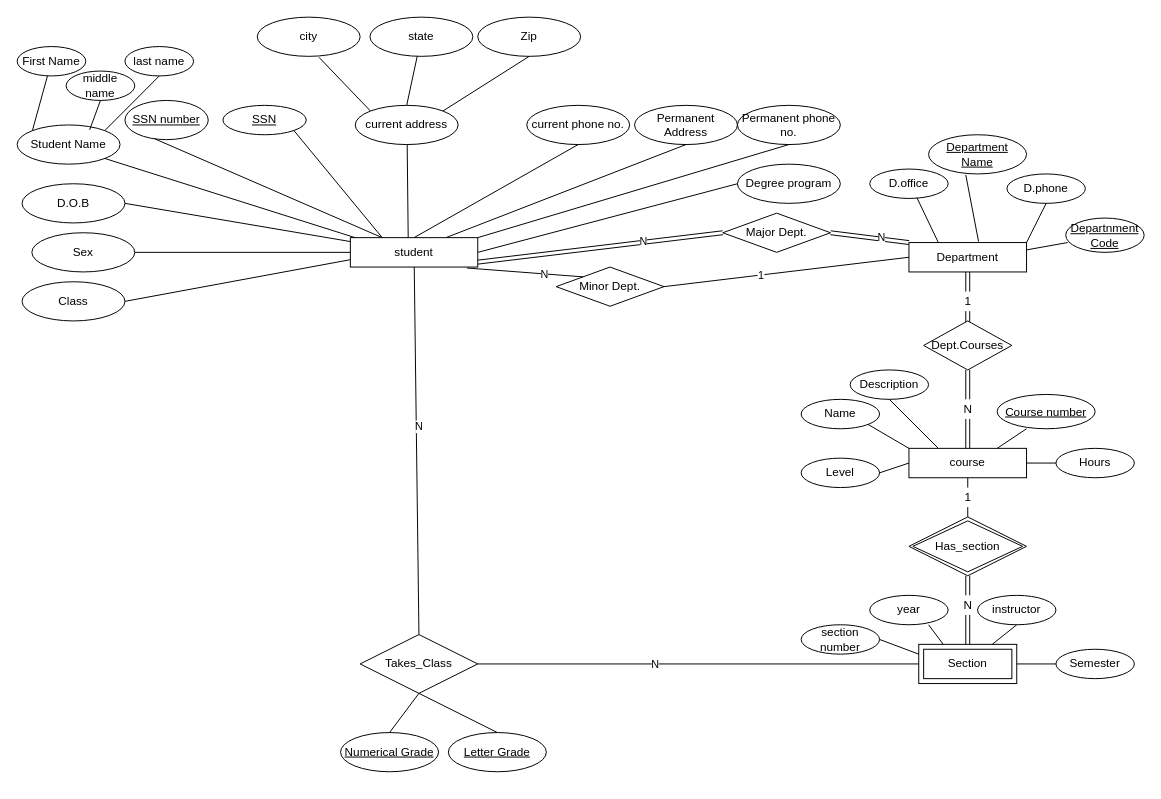
The draw.io diagram Untitled Diagram.drawio in sreehari-odu/DatabaseManagement, before the edit. Source tidied: cells renumbered, new cells numbered last; positions are measured from the earlier drawing's top-left corner, leaving out a move shared by most shapes. Both pictures are drawn from the tidied source at 98%, with x=0, y=0 at pixel (17, 17).
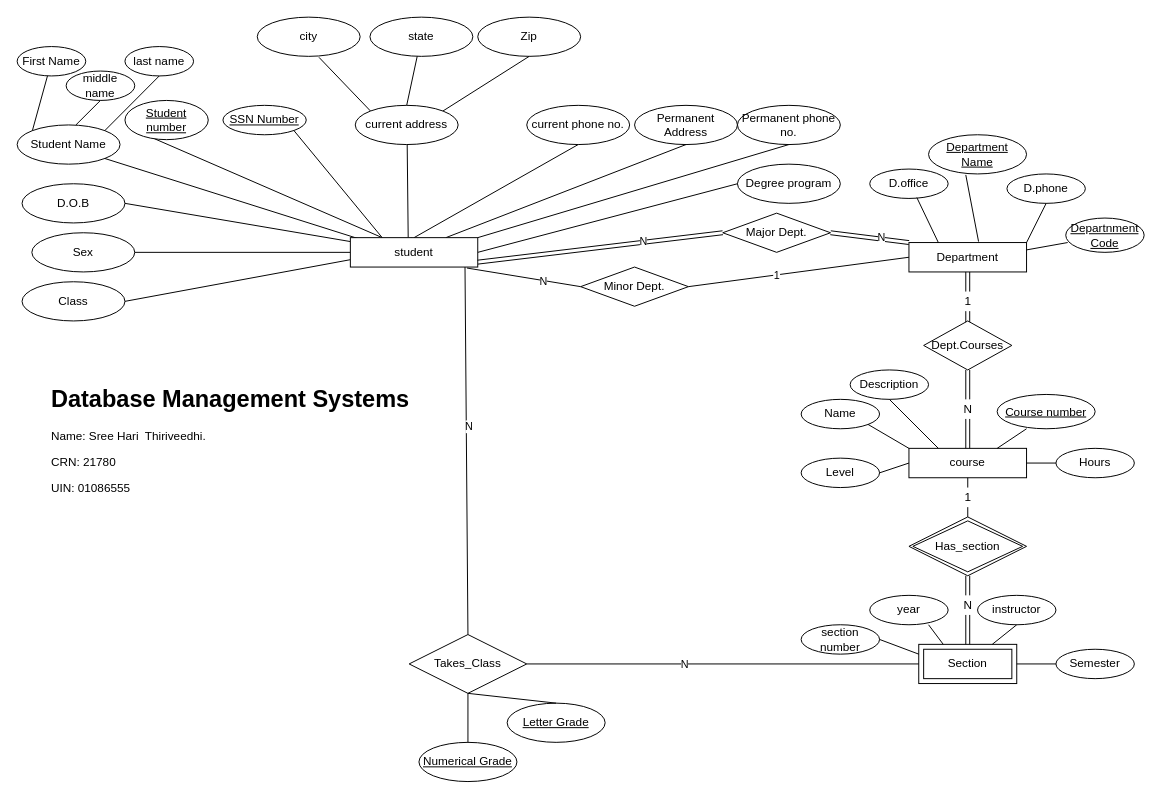
The same page after the edit.

The change refers to these unchanged cells:
```xml
<mxCell id="10" value="Student Name" style="ellipse;whiteSpace=wrap;html=1;" parent="1" vertex="1">
  <mxGeometry y="110" width="105" height="40" as="geometry" />
</mxCell>
<mxCell id="21" value="middle name" style="ellipse;whiteSpace=wrap;html=1;" parent="1" vertex="1">
  <mxGeometry x="50" y="55" width="70" height="30" as="geometry" />
</mxCell>
<mxCell id="79" value="student" style="rounded=0;whiteSpace=wrap;html=1;" parent="1" vertex="1">
  <mxGeometry x="340" y="225" width="130" height="30" as="geometry" />
</mxCell>
```

What changed in the source:
```diff
@@
-    <mxCell id="24" style="endArrow=none;html=1;entryX=0.5;entryY=1;entryDx=0;entryDy=0;exitX=0.705;exitY=0.125;exitDx=0;exitDy=0;exitPerimeter=0;" parent="1" edge="1" source="10" target="21">
+    <mxCell id="24" style="endArrow=none;html=1;entryX=0.5;entryY=1;entryDx=0;entryDy=0;exitX=0.571;exitY=0;exitDx=0;exitDy=0;exitPerimeter=0;" parent="1" edge="1" source="10" target="21">
       <mxGeometry relative="1" as="geometry" />
     </mxCell>
@@
     <mxCell id="35" value="Minor Dept." style="rhombus;whiteSpace=wrap;html=1;direction=west;" parent="1" vertex="1">
-      <mxGeometry x="550" y="255" width="110" height="40" as="geometry" />
+      <mxGeometry x="575" y="255" width="110" height="40" as="geometry" />
     </mxCell>
@@
     <mxCell id="64" value="Takes_Class" style="shape=rhombus;perimeter=rhombusPerimeter;whiteSpace=wrap;html=1;align=center;" parent="1" vertex="1">
-      <mxGeometry x="350" y="630" width="120" height="60" as="geometry" />
+      <mxGeometry x="400" y="630" width="120" height="60" as="geometry" />
     </mxCell>
@@
-    <mxCell id="70" value="SSN" style="ellipse;whiteSpace=wrap;html=1;align=center;fontStyle=4;" parent="1" vertex="1">
+    <mxCell id="70" value="SSN Number" style="ellipse;whiteSpace=wrap;html=1;align=center;fontStyle=4;" parent="1" vertex="1">
       <mxGeometry x="210" y="90" width="85" height="30" as="geometry" />
     </mxCell>
-    <mxCell id="71" value="SSN number" style="ellipse;whiteSpace=wrap;html=1;align=center;fontStyle=4;" parent="1" vertex="1">
+    <mxCell id="71" value="Student number" style="ellipse;whiteSpace=wrap;html=1;align=center;fontStyle=4;" parent="1" vertex="1">
       <mxGeometry x="110" y="85" width="85" height="40" as="geometry" />
     </mxCell>
@@
     <mxCell id="75" value="Letter Grade" style="ellipse;whiteSpace=wrap;html=1;align=center;fontStyle=4;" parent="1" vertex="1">
-      <mxGeometry x="440" y="730" width="100" height="40" as="geometry" />
+      <mxGeometry x="500" y="700" width="100" height="40" as="geometry" />
     </mxCell>
     <mxCell id="76" value="Numerical Grade" style="ellipse;whiteSpace=wrap;html=1;align=center;fontStyle=4;" parent="1" vertex="1">
-      <mxGeometry x="330" y="730" width="100" height="40" as="geometry" />
+      <mxGeometry x="410" y="740" width="100" height="40" as="geometry" />
     </mxCell>
@@
-    <mxCell id="80" style="endArrow=none;html=1;exitX=0.5;exitY=0;exitDx=0;exitDy=0;" parent="1" edge="1" source="64" target="79">
+    <mxCell id="80" style="endArrow=none;html=1;exitX=0.5;exitY=0;exitDx=0;exitDy=0;entryX=0.9;entryY=1;entryDx=0;entryDy=0;entryPerimeter=0;" parent="1" edge="1" source="64" target="79">
       <mxGeometry relative="1" as="geometry" />
     </mxCell>
@@
-    <mxCell id="96" style="endArrow=none;html=1;entryX=0.915;entryY=1.033;entryDx=0;entryDy=0;entryPerimeter=0;exitX=1;exitY=1;exitDx=0;exitDy=0;" parent="1" edge="1" source="35" target="79">
+    <mxCell id="96" style="endArrow=none;html=1;entryX=0.915;entryY=1.033;entryDx=0;entryDy=0;entryPerimeter=0;exitX=1;exitY=0.5;exitDx=0;exitDy=0;" parent="1" edge="1" source="35" target="79">
       <mxGeometry relative="1" as="geometry" />
     </mxCell>
@@
+    <mxCell id="102" value="&lt;h1&gt;Database Management Systems&lt;/h1&gt;&lt;p&gt;Name: Sree Hari&amp;nbsp; Thiriveedhi.&lt;/p&gt;&lt;p&gt;CRN: 21780&lt;/p&gt;&lt;p&gt;UIN: 01086555&lt;/p&gt;" style="text;html=1;strokeColor=none;fillColor=none;spacing=5;spacingTop=-20;whiteSpace=wrap;overflow=hidden;rounded=0;" parent="1" vertex="1">
+      <mxGeometry x="30" y="370" width="380" height="150" as="geometry" />
+    </mxCell>
```
